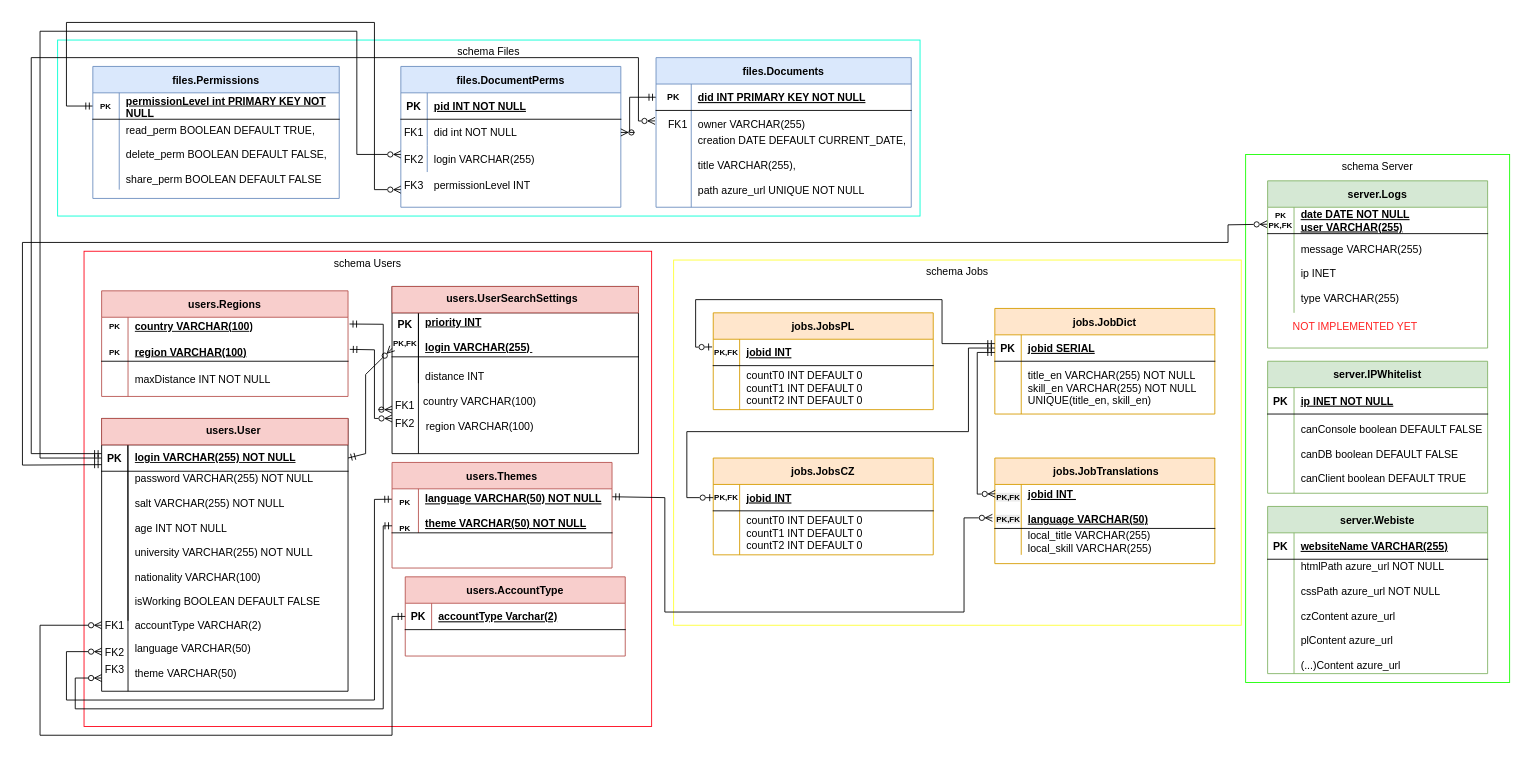
kacper-rosner/cvDB keeps this draw.io diagram as erdUnchecked.drawio. Above is the earlier version. Source tidied: cells renumbered, new cells numbered last; positions are measured from the earlier drawing's top-left corner, leaving out a move shared by most shapes. Both pictures are drawn from the tidied source at 88%, with x=0, y=0 at pixel (22, 22).
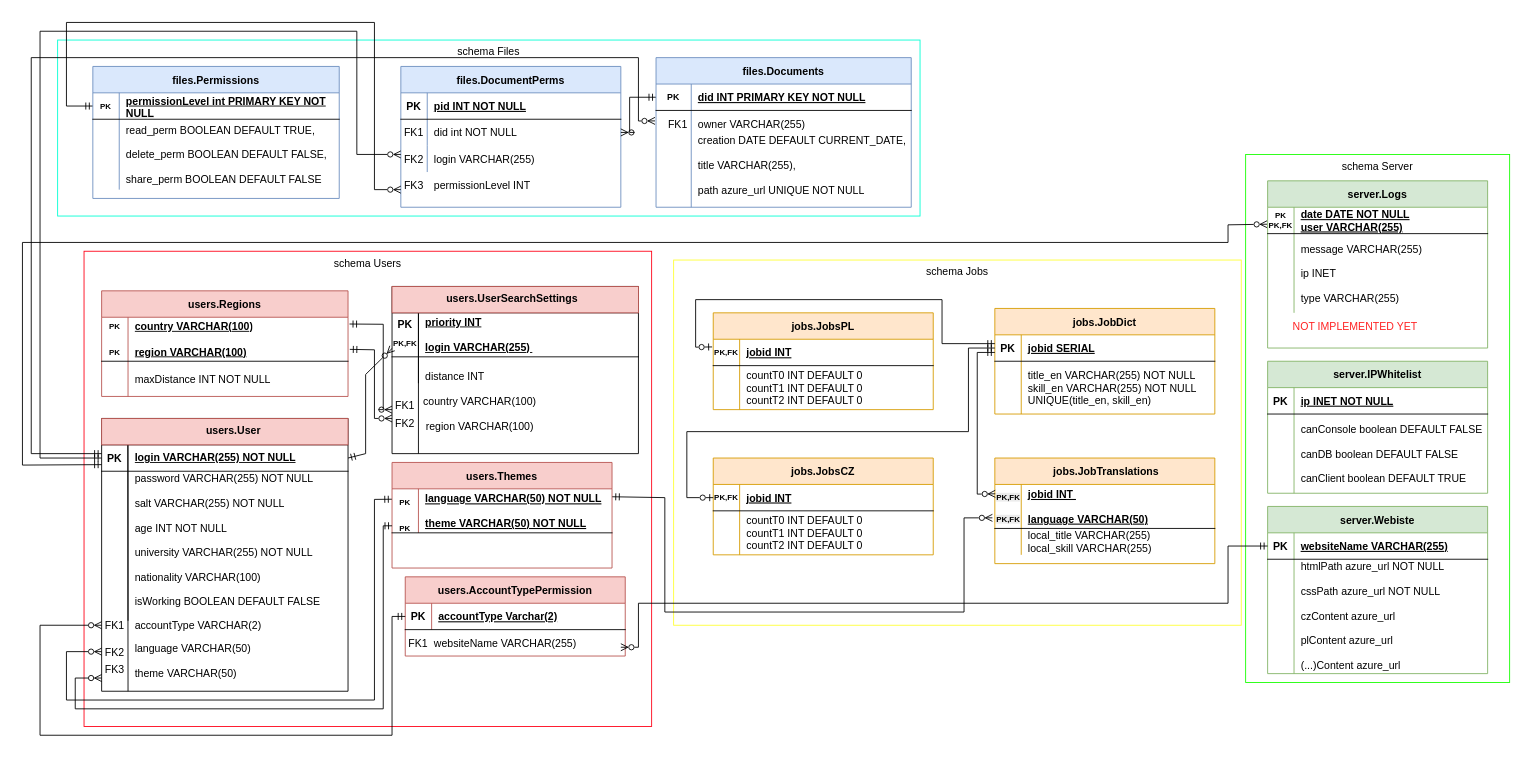
After the change.

The change refers to these unchanged cells:
```xml
<mxCell id="32" style="shape=partialRectangle;fillColor=none;points=[[0,0.5],[1,0.5]];portConstraint=eastwest;top=0;left=0;right=0;bottom=1;" parent="31" vertex="1">
  <mxGeometry y="30" width="250" height="30" as="geometry" />
</mxCell>
```

The edit, as a diff of the source:
```diff
@@
-    <mxCell id="97" value="users.AccountType" style="shape=table;startSize=30;childLayout=tableLayout;rowLines=0;fontStyle=1;align=center;fillColor=#f8cecc;strokeColor=#b85450;" parent="1" vertex="1">
+    <mxCell id="97" value="users.AccountTypePermission" style="shape=table;startSize=30;childLayout=tableLayout;rowLines=0;fontStyle=1;align=center;fillColor=#f8cecc;strokeColor=#b85450;" parent="1" vertex="1">
       <mxGeometry x="435" y="630" width="250" height="90" as="geometry" />
     </mxCell>
@@
+    <mxCell id="158" value="FK1" style="shape=partialRectangle;overflow=hidden;fillColor=none;top=0;left=0;bottom=0;right=0;" parent="1" vertex="1">
+      <mxGeometry x="435" y="690" width="30" height="30" as="geometry" />
+    </mxCell>
+    <mxCell id="159" value="websiteName VARCHAR(255)" style="shape=partialRectangle;overflow=hidden;fillColor=none;top=0;left=0;bottom=0;right=0;align=left;spacingLeft=6;fontStyle=0;" parent="1" vertex="1">
+      <mxGeometry x="460" y="690" width="220" height="30" as="geometry" />
+    </mxCell>
+    <mxCell id="160" style="endArrow=ERmandOne;html=1;rounded=0;startArrow=ERzeroToMany;startFill=0;endFill=0;exitX=0;exitY=0.5;exitDx=0;exitDy=0;entryX=0;entryY=0.5;entryDx=0;entryDy=0;" parent="1" edge="1" target="32">
+      <mxGeometry relative="1" as="geometry">
+        <mxPoint x="680" y="710" as="sourcePoint" />
+        <Array as="points">
+          <mxPoint x="700" y="710" />
+          <mxPoint x="700" y="660" />
+          <mxPoint x="1370" y="660" />
+          <mxPoint x="1370" y="595" />
+        </Array>
+      </mxGeometry>
+    </mxCell>
```
